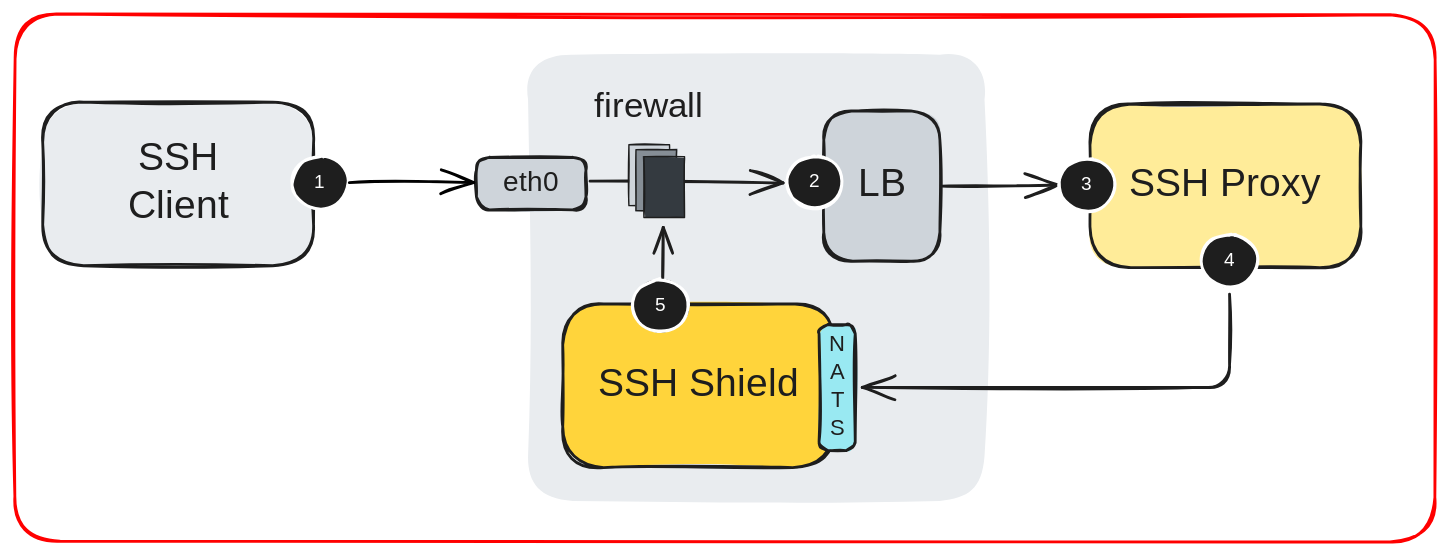
The Excalidraw diagram drawings/ssh-shield-architecture.excalidraw.svg in k8shell-io/docs, before a commit. Source tidied: one line per element, renumbered; positions are measured from the earlier drawing's top-left corner, leaving out a move shared by most shapes.
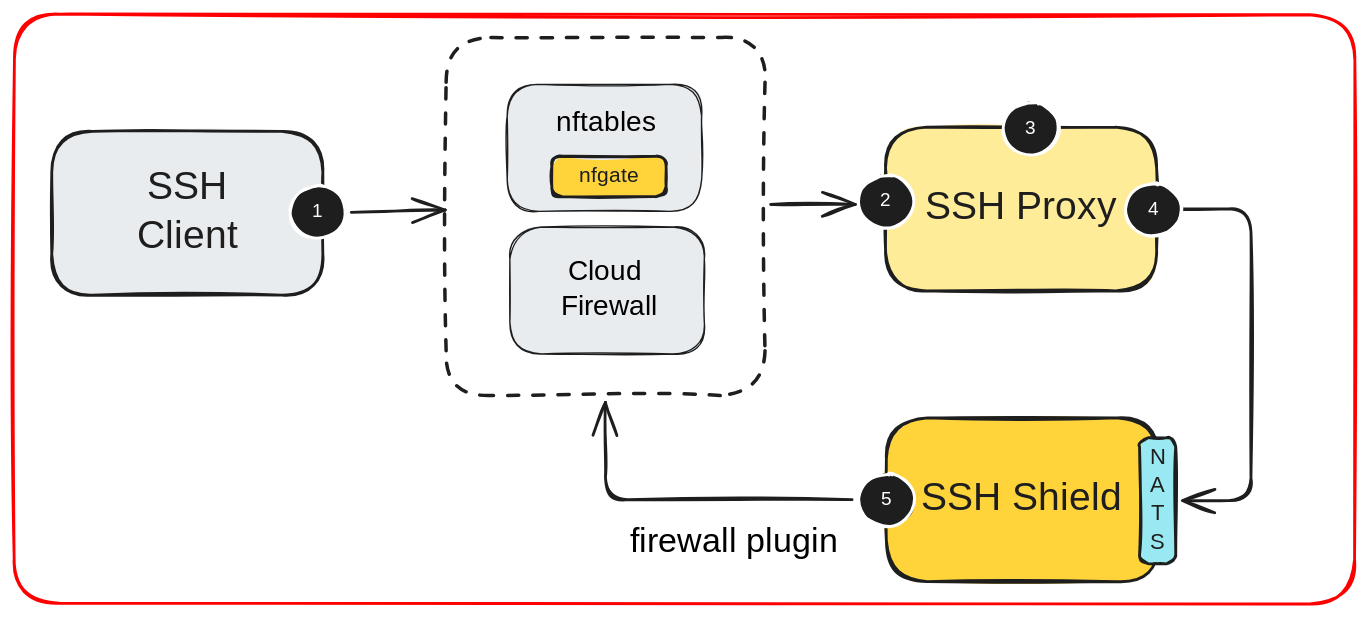
The same diagram one commit later.

Commit message:
ssh shield plugin architecture

The edit, as a diff of the source:
```diff
@@ -1,33 +1,31 @@
-{"id": 0, "type": "rectangle", "strokeColor": "transparent", "backgroundColor": "#e9ecef", "fillStyle": "solid", "strokeWidth": 1, "roughness": 1, "round": true, "x": 367, "y": 29, "width": 326, "height": 319}
-{"id": 1, "type": "rectangle", "strokeColor": "#1e1e1e", "backgroundColor": "#ffd43b", "fillStyle": "solid", "strokeWidth": 2, "roughness": 1, "round": true, "x": 392, "y": 207, "width": 194, "height": 117}
+{"id": 33, "type": "rectangle", "strokeColor": "#1e1e1e", "backgroundColor": "#e9ecef", "fillStyle": "solid", "strokeWidth": 1, "roughness": 1, "round": true, "x": 412, "y": 733, "width": 139, "height": 91}
+{"id": 3, "type": "rectangle", "strokeColor": "#ff0000", "angle": 0.0, "strokeWidth": 2, "roughness": 1, "round": true, "x": 60, "y": 683, "width": 957, "height": 421}
+{"id": 34, "type": "rectangle", "strokeColor": "#1e1e1e", "backgroundColor": "#e9ecef", "fillStyle": "solid", "strokeWidth": 2, "roughness": 1, "round": true, "x": 86, "y": 767, "width": 194, "height": 117}
+{"id": 8, "type": "text", "text": "SSH\nClient", "strokeColor": "#1e1e1e", "strokeWidth": 2, "roughness": 1, "fontSize": 28, "fontFamily": 5, "textAlign": "center", "verticalAlign": "middle", "inside": 34, "x": 145, "y": 790, "width": 76, "height": 70}
+{"id": 35, "type": "rectangle", "strokeColor": "#1e1e1e", "backgroundColor": "#ffec99", "fillStyle": "solid", "strokeWidth": 2, "roughness": 1, "round": true, "x": 682, "y": 764, "width": 194, "height": 117}
+{"id": 22, "type": "text", "text": "SSH Proxy", "strokeColor": "#1e1e1e", "strokeWidth": 2, "roughness": 1, "fontSize": 28, "fontFamily": 5, "textAlign": "center", "verticalAlign": "middle", "inside": 35, "x": 708, "y": 805, "width": 141, "height": 35}
+{"id": 36, "type": "rectangle", "strokeColor": "#1e1e1e", "backgroundColor": "#ffd43b", "fillStyle": "solid", "strokeWidth": 2, "roughness": 1, "round": true, "x": 683, "y": 972, "width": 194, "height": 117}
-{"id": 2, "type": "text", "text": "SSH Shield", "strokeColor": "#1e1e1e", "strokeWidth": 2, "roughness": 1, "fontSize": 28, "fontFamily": 5, "textAlign": "center", "verticalAlign": "middle", "inside": 1, "x": 418, "y": 248, "width": 140, "height": 35}
+{"id": 2, "type": "text", "text": "SSH Shield", "strokeColor": "#1e1e1e", "strokeWidth": 2, "roughness": 1, "fontSize": 28, "fontFamily": 5, "textAlign": "center", "verticalAlign": "middle", "inside": 36, "x": 709, "y": 1012, "width": 140, "height": 35}
-{"id": 3, "type": "rectangle", "strokeColor": "#ff0000", "angle": 0.0, "strokeWidth": 2, "roughness": 1, "round": true, "x": 0, "y": 0, "width": 1015, "height": 377}
-{"id": 4, "type": "rectangle", "strokeColor": "#1e1e1e", "backgroundColor": "#99e9f2", "fillStyle": "solid", "strokeWidth": 2, "roughness": 1, "round": true, "x": 575, "y": 222, "width": 26, "height": 90}
+{"id": 4, "type": "rectangle", "strokeColor": "#1e1e1e", "backgroundColor": "#99e9f2", "fillStyle": "solid", "strokeWidth": 2, "roughness": 1, "round": true, "x": 863, "y": 986, "width": 26, "height": 90}
-{"id": 5, "type": "text", "text": "N\nA\nT\nS", "strokeColor": "#1e1e1e", "strokeWidth": 2, "roughness": 1, "fontSize": 16.02, "fontFamily": 5, "textAlign": "center", "verticalAlign": "middle", "inside": 4, "x": 581, "y": 227, "width": 14, "height": 80}
+{"id": 5, "type": "text", "text": "N\nA\nT\nS", "strokeColor": "#1e1e1e", "strokeWidth": 2, "roughness": 1, "fontSize": 16.02, "fontFamily": 5, "textAlign": "center", "verticalAlign": "middle", "inside": 4, "x": 869, "y": 991, "width": 14, "height": 80}
-{"id": 6, "type": "text", "text": "firewall", "strokeColor": "#1e1e1e", "backgroundColor": "#ffd43b", "fillStyle": "solid", "strokeWidth": 2, "roughness": 1, "fontSize": 24.85, "fontFamily": 5, "x": 414, "y": 52, "width": 83, "height": 31}
-{"id": 7, "type": "rectangle", "strokeColor": "#1e1e1e", "backgroundColor": "#e9ecef", "fillStyle": "solid", "strokeWidth": 2, "roughness": 1, "round": true, "x": 20, "y": 63, "width": 194, "height": 117}
-{"id": 8, "type": "text", "text": "SSH\nClient", "strokeColor": "#1e1e1e", "strokeWidth": 2, "roughness": 1, "fontSize": 28, "fontFamily": 5, "textAlign": "center", "verticalAlign": "middle", "inside": 7, "x": 79, "y": 86, "width": 76, "height": 70}
-{"id": 9, "type": "arrow", "strokeColor": "#1e1e1e", "backgroundColor": "#99e9f2", "fillStyle": "solid", "strokeWidth": 2, "roughness": 1, "endArrowhead": "arrow", "from": 10, "to": 19, "x": 411, "y": 119, "width": 138, "height": 1, "points": [[0, 0], [138, 1]]}
-{"id": 10, "type": "rectangle", "strokeColor": "#1e1e1e", "backgroundColor": "#ced4da", "fillStyle": "solid", "strokeWidth": 2, "roughness": 1, "round": true, "x": 330, "y": 102, "width": 78, "height": 38}
-{"id": 11, "type": "text", "text": "eth0", "strokeColor": "#1e1e1e", "backgroundColor": "#99e9f2", "fillStyle": "solid", "strokeWidth": 2, "roughness": 1, "fontSize": 20, "fontFamily": 5, "textAlign": "center", "verticalAlign": "middle", "inside": 10, "x": 346, "y": 108, "width": 46, "height": 25}
-{"id": 12, "type": "rectangle", "strokeColor": "#1e1e1e", "backgroundColor": "#ced4da", "fillStyle": "solid", "strokeWidth": 2, "roughness": 1, "round": true, "x": 578, "y": 69, "width": 83, "height": 107}
-{"id": 13, "type": "text", "text": "LB", "strokeColor": "#1e1e1e", "strokeWidth": 2, "roughness": 1, "fontSize": 28, "fontFamily": 5, "textAlign": "center", "verticalAlign": "middle", "inside": 12, "x": 601, "y": 105, "width": 37, "height": 35}
-{"id": 14, "type": "arrow", "strokeColor": "#1e1e1e", "backgroundColor": "#99e9f2", "fillStyle": "solid", "strokeWidth": 2, "roughness": 1, "endArrowhead": "arrow", "from": 12, "to": 23, "x": 663, "y": 123, "width": 83, "height": 1, "points": [[0, 0], [83, -1]]}
-{"id": 15, "type": "arrow", "strokeColor": "#1e1e1e", "backgroundColor": "#99e9f2", "fillStyle": "solid", "strokeWidth": 2, "roughness": 1, "endArrowhead": "arrow", "from": 25, "to": 4, "x": 868, "y": 200, "width": 263, "height": 67, "points": [[0, 0], [0, 67], [-263, 67]]}
-{"id": 16, "type": "arrow", "strokeColor": "#1e1e1e", "backgroundColor": "#99e9f2", "fillStyle": "solid", "strokeWidth": 2, "roughness": 1, "endArrowhead": "arrow", "from": 27, "x": 463, "y": 192, "width": 0, "height": 39, "points": [[0, 0], [0, -39]]}
-{"id": 17, "type": "ellipse", "strokeColor": "#ffffff", "backgroundColor": "#1e1e1e", "fillStyle": "solid", "strokeWidth": 2, "roughness": 1, "round": true, "x": 198, "y": 101, "width": 40, "height": 38}
+{"id": 37, "type": "rectangle", "strokeColor": "#1e1e1e", "backgroundColor": "#ffd43b", "fillStyle": "solid", "strokeWidth": 2, "roughness": 1, "round": true, "x": 444, "y": 785, "width": 82, "height": 29}
+{"id": 38, "type": "text", "text": "nfgate", "strokeColor": "#1e1e1e", "strokeWidth": 2, "roughness": 1, "fontSize": 14.85, "fontFamily": 5, "textAlign": "center", "verticalAlign": "middle", "inside": 37, "x": 460, "y": 790, "width": 48, "height": 19}
+{"id": 39, "type": "rectangle", "strokeColor": "#1e1e1e", "strokeWidth": 2, "strokeStyle": "dashed", "roughness": 1, "round": true, "x": 368, "y": 700, "width": 228, "height": 256}
+{"id": 40, "type": "text", "text": "firewall plugin", "strokeColor": "#000000", "backgroundColor": "#868e96", "fillStyle": "solid", "strokeWidth": 2, "roughness": 1, "fontSize": 24.16, "fontFamily": 5, "textAlign": "center", "x": 497, "y": 1046, "width": 154, "height": 30}
+{"id": 41, "type": "arrow", "strokeColor": "#1e1e1e", "backgroundColor": "#e9ecef", "fillStyle": "solid", "strokeWidth": 2, "roughness": 1, "endArrowhead": "arrow", "from": 35, "to": 4, "x": 881, "y": 822, "width": 62, "height": 208, "points": [[0, 0], [62, 0], [62, 208], [14, 208]]}
+{"id": 42, "type": "ellipse", "strokeColor": "#ffffff", "backgroundColor": "#1e1e1e", "fillStyle": "solid", "strokeWidth": 2, "roughness": 1, "round": true, "x": 257, "y": 805, "width": 40, "height": 38}
-{"id": 18, "type": "text", "text": "1", "strokeColor": "#ffffff", "backgroundColor": "#1e1e1e", "fillStyle": "solid", "strokeWidth": 2, "roughness": 1, "fontSize": 13.5, "fontFamily": 5, "textAlign": "center", "verticalAlign": "middle", "inside": 17, "x": 215, "y": 112, "width": 6, "height": 17}
+{"id": 18, "type": "text", "text": "1", "strokeColor": "#ffffff", "backgroundColor": "#1e1e1e", "fillStyle": "solid", "strokeWidth": 2, "roughness": 1, "fontSize": 13.5, "fontFamily": 5, "textAlign": "center", "verticalAlign": "middle", "inside": 42, "x": 274, "y": 816, "width": 6, "height": 17}
-{"id": 19, "type": "ellipse", "strokeColor": "#ffffff", "backgroundColor": "#1e1e1e", "fillStyle": "solid", "strokeWidth": 2, "roughness": 1, "round": true, "x": 552, "y": 101, "width": 40, "height": 38}
+{"id": 43, "type": "ellipse", "strokeColor": "#ffffff", "backgroundColor": "#1e1e1e", "fillStyle": "solid", "strokeWidth": 2, "roughness": 1, "round": true, "x": 853, "y": 804, "width": 40, "height": 38}
+{"id": 26, "type": "text", "text": "4", "strokeColor": "#ffffff", "backgroundColor": "#1e1e1e", "fillStyle": "solid", "strokeWidth": 2, "roughness": 1, "fontSize": 13.5, "fontFamily": 5, "textAlign": "center", "verticalAlign": "middle", "inside": 43, "x": 869, "y": 815, "width": 8, "height": 17}
+{"id": 44, "type": "ellipse", "strokeColor": "#ffffff", "backgroundColor": "#1e1e1e", "fillStyle": "solid", "strokeWidth": 2, "roughness": 1, "round": true, "x": 663, "y": 1011, "width": 40, "height": 38}
+{"id": 28, "type": "text", "text": "5", "strokeColor": "#ffffff", "backgroundColor": "#1e1e1e", "fillStyle": "solid", "strokeWidth": 2, "roughness": 1, "fontSize": 13.5, "fontFamily": 5, "textAlign": "center", "verticalAlign": "middle", "inside": 44, "x": 679, "y": 1022, "width": 8, "height": 17}
+{"id": 45, "type": "text", "text": "nftables", "strokeColor": "#000000", "backgroundColor": "#868e96", "fillStyle": "solid", "strokeWidth": 2, "roughness": 1, "fontSize": 19.93, "fontFamily": 5, "textAlign": "center", "x": 443, "y": 749, "width": 80, "height": 25}
+{"id": 46, "type": "ellipse", "strokeColor": "#ffffff", "backgroundColor": "#1e1e1e", "fillStyle": "solid", "strokeWidth": 2, "roughness": 1, "round": true, "x": 662, "y": 798, "width": 40, "height": 38}
-{"id": 20, "type": "text", "text": "2", "strokeColor": "#ffffff", "backgroundColor": "#1e1e1e", "fillStyle": "solid", "strokeWidth": 2, "roughness": 1, "fontSize": 13.5, "fontFamily": 5, "textAlign": "center", "verticalAlign": "middle", "inside": 19, "x": 567, "y": 112, "width": 9, "height": 17}
+{"id": 20, "type": "text", "text": "2", "strokeColor": "#ffffff", "backgroundColor": "#1e1e1e", "fillStyle": "solid", "strokeWidth": 2, "roughness": 1, "fontSize": 13.5, "fontFamily": 5, "textAlign": "center", "verticalAlign": "middle", "inside": 46, "x": 677, "y": 809, "width": 9, "height": 17}
-{"id": 21, "type": "rectangle", "strokeColor": "#1e1e1e", "backgroundColor": "#ffec99", "fillStyle": "solid", "strokeWidth": 2, "roughness": 1, "round": true, "x": 769, "y": 64, "width": 194, "height": 117}
-{"id": 22, "type": "text", "text": "SSH Proxy", "strokeColor": "#1e1e1e", "strokeWidth": 2, "roughness": 1, "fontSize": 28, "fontFamily": 5, "textAlign": "center", "verticalAlign": "middle", "inside": 21, "x": 795, "y": 105, "width": 141, "height": 35}
-{"id": 23, "type": "ellipse", "strokeColor": "#ffffff", "backgroundColor": "#1e1e1e", "fillStyle": "solid", "strokeWidth": 2, "roughness": 1, "round": true, "x": 747, "y": 103, "width": 40, "height": 38}
+{"id": 47, "type": "ellipse", "strokeColor": "#ffffff", "backgroundColor": "#1e1e1e", "fillStyle": "solid", "strokeWidth": 2, "roughness": 1, "round": true, "x": 766, "y": 746, "width": 40, "height": 38}
-{"id": 24, "type": "text", "text": "3", "strokeColor": "#ffffff", "backgroundColor": "#1e1e1e", "fillStyle": "solid", "strokeWidth": 2, "roughness": 1, "fontSize": 13.5, "fontFamily": 5, "textAlign": "center", "verticalAlign": "middle", "inside": 23, "x": 762, "y": 114, "width": 8, "height": 17}
+{"id": 24, "type": "text", "text": "3", "strokeColor": "#ffffff", "backgroundColor": "#1e1e1e", "fillStyle": "solid", "strokeWidth": 2, "roughness": 1, "fontSize": 13.5, "fontFamily": 5, "textAlign": "center", "verticalAlign": "middle", "inside": 47, "x": 781, "y": 757, "width": 8, "height": 17}
-{"id": 25, "type": "ellipse", "strokeColor": "#ffffff", "backgroundColor": "#1e1e1e", "fillStyle": "solid", "strokeWidth": 2, "roughness": 1, "round": true, "x": 848, "y": 157, "width": 40, "height": 38}
-{"id": 26, "type": "text", "text": "4", "strokeColor": "#ffffff", "backgroundColor": "#1e1e1e", "fillStyle": "solid", "strokeWidth": 2, "roughness": 1, "fontSize": 13.5, "fontFamily": 5, "textAlign": "center", "verticalAlign": "middle", "inside": 25, "x": 864, "y": 168, "width": 8, "height": 17}
-{"id": 27, "type": "ellipse", "strokeColor": "#ffffff", "backgroundColor": "#1e1e1e", "fillStyle": "solid", "strokeWidth": 2, "roughness": 1, "round": true, "x": 442, "y": 189, "width": 40, "height": 38}
-{"id": 28, "type": "text", "text": "5", "strokeColor": "#ffffff", "backgroundColor": "#1e1e1e", "fillStyle": "solid", "strokeWidth": 2, "roughness": 1, "fontSize": 13.5, "fontFamily": 5, "textAlign": "center", "verticalAlign": "middle", "inside": 27, "x": 457, "y": 200, "width": 8, "height": 17}
-{"id": 29, "type": "rectangle", "strokeColor": "#1e1e1e", "backgroundColor": "#ced4da", "fillStyle": "solid", "strokeWidth": 1, "roughness": 1, "x": 439, "y": 93, "width": 29, "height": 44}
-{"id": 30, "type": "rectangle", "strokeColor": "#1e1e1e", "backgroundColor": "#868e96", "fillStyle": "solid", "strokeWidth": 1, "roughness": 1, "x": 444, "y": 97, "width": 29, "height": 44}
-{"id": 31, "type": "rectangle", "strokeColor": "#1e1e1e", "backgroundColor": "#343a40", "fillStyle": "solid", "strokeWidth": 1, "roughness": 1, "x": 450, "y": 102, "width": 29, "height": 44}
-{"id": 32, "type": "arrow", "strokeColor": "#000000", "backgroundColor": "#343a40", "fillStyle": "solid", "strokeWidth": 2, "roughness": 1, "endArrowhead": "arrow", "from": 17, "to": 10, "x": 239, "y": 120, "width": 89, "height": 0, "points": [[0, 0], [89, 0]]}
+{"id": 48, "type": "rectangle", "strokeColor": "#1e1e1e", "backgroundColor": "#e9ecef", "fillStyle": "solid", "strokeWidth": 1, "roughness": 1, "round": true, "x": 414, "y": 835, "width": 139, "height": 91}
+{"id": 49, "type": "text", "text": "Cloud \nFirewall", "strokeColor": "#000000", "backgroundColor": "#868e96", "fillStyle": "solid", "strokeWidth": 2, "roughness": 1, "fontSize": 19.93, "fontFamily": 5, "textAlign": "center", "x": 449, "y": 856, "width": 70, "height": 50}
+{"id": 50, "type": "arrow", "strokeColor": "#1e1e1e", "strokeWidth": 2, "roughness": 1, "endArrowhead": "arrow", "from": 44, "to": 39, "x": 658, "y": 1030, "width": 176, "height": 69, "points": [[0, 0], [-176, 0], [-176, -69]]}
+{"id": 51, "type": "arrow", "strokeColor": "#1e1e1e", "strokeWidth": 2, "roughness": 1, "endArrowhead": "arrow", "from": 42, "to": 39, "x": 300, "y": 825, "width": 67, "height": 2, "points": [[0, 0], [67, -2]]}
+{"id": 52, "type": "arrow", "strokeColor": "#1e1e1e", "strokeWidth": 2, "roughness": 1, "endArrowhead": "arrow", "from": 39, "to": 46, "x": 600, "y": 819, "width": 60, "height": 0, "points": [[0, 0], [60, 0]]}
```
